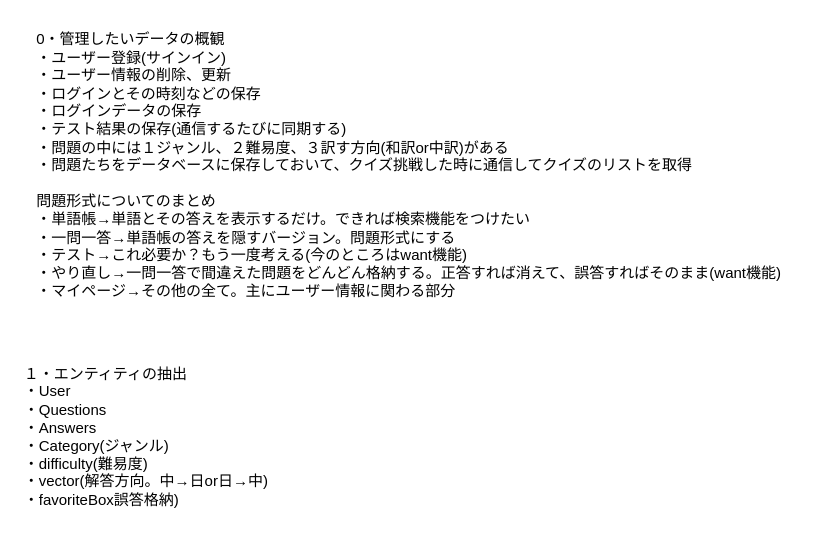
Earlier version of the draw.io diagram chinese_study_application_er.drawio (tomokio123/chinese-study-application). Source tidied: cells renumbered, new cells numbered last; positions are measured from the earlier drawing's top-left corner, leaving out a move shared by most shapes. Both pictures are drawn from the tidied source at 125%, with x=0, y=0 at pixel (21, 86).
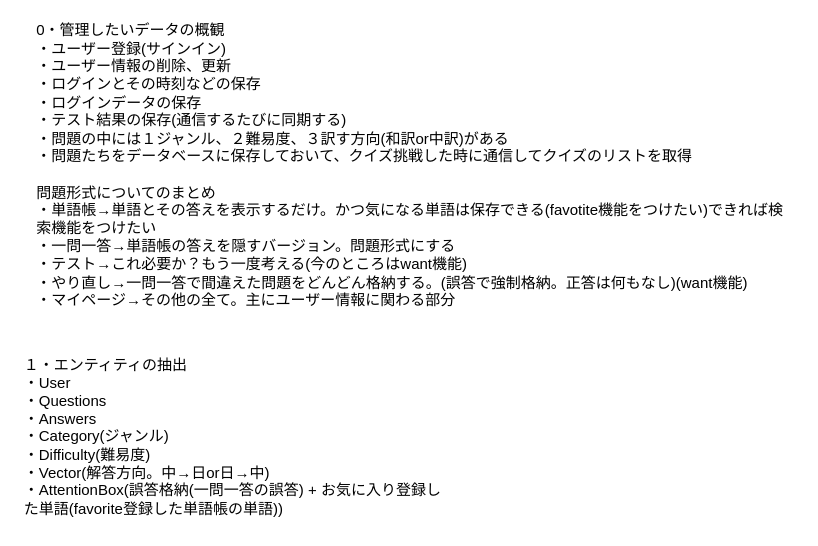
The same diagram, later.

Commit message (it also covers changes not shown here):
chinese_study_application_er.drawio を更新します

Change to the diagram source:
```diff
@@
 <mxGraphModel>
   <root>
     <mxCell id="0" />
     <mxCell id="1" parent="0" />
-    <mxCell id="2" value="&lt;div style=&quot;&quot;&gt;&lt;span style=&quot;background-color: initial;&quot;&gt;１・エンティティの抽出&lt;/span&gt;&lt;/div&gt;&lt;div style=&quot;&quot;&gt;&lt;span style=&quot;background-color: initial;&quot;&gt;・User&lt;/span&gt;&lt;/div&gt;&lt;div style=&quot;&quot;&gt;&lt;span style=&quot;background-color: initial;&quot;&gt;・Questions&lt;/span&gt;&lt;/div&gt;&lt;div style=&quot;&quot;&gt;&lt;span style=&quot;background-color: initial;&quot;&gt;・Answers&lt;/span&gt;&lt;/div&gt;&lt;div style=&quot;&quot;&gt;・Category(ジャンル)&lt;/div&gt;&lt;div style=&quot;&quot;&gt;・difficulty(難易度)&lt;/div&gt;&lt;div style=&quot;&quot;&gt;・vector(解答方向。中→日or日→中)&lt;/div&gt;&lt;div style=&quot;&quot;&gt;・favoriteBox誤答格納)&lt;/div&gt;" style="text;strokeColor=none;align=left;fillColor=none;html=1;verticalAlign=middle;whiteSpace=wrap;rounded=0;" parent="1" vertex="1">
-      <mxGeometry y="210" width="280" height="140" as="geometry" />
+    <mxCell id="2" value="&lt;div style=&quot;&quot;&gt;&lt;span style=&quot;background-color: initial;&quot;&gt;１・エンティティの抽出&lt;/span&gt;&lt;/div&gt;&lt;div style=&quot;&quot;&gt;&lt;span style=&quot;background-color: initial;&quot;&gt;・User&lt;/span&gt;&lt;/div&gt;&lt;div style=&quot;&quot;&gt;&lt;span style=&quot;background-color: initial;&quot;&gt;・Questions&lt;/span&gt;&lt;/div&gt;&lt;div style=&quot;&quot;&gt;&lt;span style=&quot;background-color: initial;&quot;&gt;・Answers&lt;/span&gt;&lt;/div&gt;&lt;div style=&quot;&quot;&gt;・Category(ジャンル)&lt;/div&gt;&lt;div style=&quot;&quot;&gt;・Difficulty(難易度)&lt;/div&gt;&lt;div style=&quot;&quot;&gt;・Vector(解答方向。中→日or日→中)&lt;/div&gt;&lt;div style=&quot;&quot;&gt;・AttentionBox(誤答格納(一問一答の誤答) + お気に入り登録した単語(favorite登録した単語帳の単語))&lt;/div&gt;" style="text;strokeColor=none;align=left;fillColor=none;html=1;verticalAlign=middle;whiteSpace=wrap;rounded=0;" parent="1" vertex="1">
+      <mxGeometry y="210" width="340" height="140" as="geometry" />
     </mxCell>
-    <mxCell id="3" value="&lt;div style=&quot;&quot;&gt;&lt;span style=&quot;background-color: initial;&quot;&gt;0・管理したいデータの概観&lt;/span&gt;&lt;/div&gt;&lt;div style=&quot;&quot;&gt;&lt;span style=&quot;background-color: initial;&quot;&gt;・ユーザー登録(サインイン)&lt;/span&gt;&lt;/div&gt;&lt;div style=&quot;&quot;&gt;・ユーザー情報の削除、更新&lt;/div&gt;&lt;div style=&quot;&quot;&gt;&lt;span style=&quot;background-color: initial;&quot;&gt;・ログインとその時刻などの保存&lt;/span&gt;&lt;/div&gt;&lt;div style=&quot;&quot;&gt;・ログインデータの保存&lt;span style=&quot;background-color: initial;&quot;&gt;&lt;br&gt;&lt;/span&gt;&lt;/div&gt;&lt;div style=&quot;&quot;&gt;&lt;span style=&quot;background-color: initial;&quot;&gt;・テスト結果の保存(通信するたびに同期する)&lt;/span&gt;&lt;/div&gt;&lt;div style=&quot;&quot;&gt;&lt;div style=&quot;border-color: var(--border-color);&quot;&gt;・問題の中には１ジャンル、２難易度、３訳す方向(和訳or中訳)がある&lt;/div&gt;&lt;div style=&quot;border-color: var(--border-color);&quot;&gt;・問題たちをデータベースに保存しておいて、クイズ挑戦した時に通信してクイズのリストを取得&lt;/div&gt;&lt;/div&gt;&lt;div style=&quot;&quot;&gt;&lt;span style=&quot;background-color: initial;&quot;&gt;&lt;br&gt;&lt;/span&gt;&lt;/div&gt;&lt;div style=&quot;&quot;&gt;問題形式についてのまとめ&lt;/div&gt;&lt;div style=&quot;&quot;&gt;&lt;span style=&quot;background-color: initial;&quot;&gt;・単語帳→単語とその答えを表示するだけ。できれば検索機能をつけたい&lt;/span&gt;&lt;/div&gt;&lt;div style=&quot;&quot;&gt;&lt;span style=&quot;background-color: initial;&quot;&gt;・一問一答→単語帳の答えを隠すバージョン。問題形式にする&lt;/span&gt;&lt;/div&gt;&lt;div style=&quot;&quot;&gt;&lt;span style=&quot;background-color: initial;&quot;&gt;・テスト→これ必要か？もう一度考える(今のところはwant機能)&lt;/span&gt;&lt;/div&gt;&lt;div style=&quot;&quot;&gt;&lt;span style=&quot;background-color: initial;&quot;&gt;・やり直し→一問一答で間違えた問題をどんどん格納する。正答すれば消えて、誤答すればそのまま(want機能)&lt;/span&gt;&lt;/div&gt;&lt;div style=&quot;&quot;&gt;&lt;span style=&quot;background-color: initial;&quot;&gt;・マイページ→その他の全て。主にユーザー情報に関わる部分&lt;/span&gt;&lt;/div&gt;&lt;div style=&quot;&quot;&gt;&lt;br&gt;&lt;/div&gt;" style="text;strokeColor=none;align=left;fillColor=none;html=1;verticalAlign=middle;whiteSpace=wrap;rounded=0;" parent="1" vertex="1">
+    <mxCell id="3" value="&lt;div style=&quot;&quot;&gt;&lt;span style=&quot;background-color: initial;&quot;&gt;0・管理したいデータの概観&lt;/span&gt;&lt;/div&gt;&lt;div style=&quot;&quot;&gt;&lt;span style=&quot;background-color: initial;&quot;&gt;・ユーザー登録(サインイン)&lt;/span&gt;&lt;/div&gt;&lt;div style=&quot;&quot;&gt;・ユーザー情報の削除、更新&lt;/div&gt;&lt;div style=&quot;&quot;&gt;&lt;span style=&quot;background-color: initial;&quot;&gt;・ログインとその時刻などの保存&lt;/span&gt;&lt;/div&gt;&lt;div style=&quot;&quot;&gt;・ログインデータの保存&lt;span style=&quot;background-color: initial;&quot;&gt;&lt;br&gt;&lt;/span&gt;&lt;/div&gt;&lt;div style=&quot;&quot;&gt;&lt;span style=&quot;background-color: initial;&quot;&gt;・テスト結果の保存(通信するたびに同期する)&lt;/span&gt;&lt;/div&gt;&lt;div style=&quot;&quot;&gt;&lt;div style=&quot;border-color: var(--border-color);&quot;&gt;・問題の中には１ジャンル、２難易度、３訳す方向(和訳or中訳)がある&lt;/div&gt;&lt;div style=&quot;border-color: var(--border-color);&quot;&gt;・問題たちをデータベースに保存しておいて、クイズ挑戦した時に通信してクイズのリストを取得&lt;/div&gt;&lt;/div&gt;&lt;div style=&quot;&quot;&gt;&lt;span style=&quot;background-color: initial;&quot;&gt;&lt;br&gt;&lt;/span&gt;&lt;/div&gt;&lt;div style=&quot;&quot;&gt;問題形式についてのまとめ&lt;/div&gt;&lt;div style=&quot;&quot;&gt;&lt;span style=&quot;background-color: initial;&quot;&gt;・単語帳→単語とその答えを表示するだけ。かつ気になる単語は保存できる(favotite機能をつけたい)できれば検索機能をつけたい&lt;/span&gt;&lt;/div&gt;&lt;div style=&quot;&quot;&gt;&lt;span style=&quot;background-color: initial;&quot;&gt;・一問一答→単語帳の答えを隠すバージョン。問題形式にする&lt;/span&gt;&lt;/div&gt;&lt;div style=&quot;&quot;&gt;&lt;span style=&quot;background-color: initial;&quot;&gt;・テスト→これ必要か？もう一度考える(今のところはwant機能)&lt;/span&gt;&lt;/div&gt;&lt;div style=&quot;&quot;&gt;&lt;span style=&quot;background-color: initial;&quot;&gt;・やり直し→一問一答で間違えた問題をどんどん格納する。(誤答で強制格納。正答は何もなし)(want機能)&lt;/span&gt;&lt;/div&gt;&lt;div style=&quot;&quot;&gt;&lt;span style=&quot;background-color: initial;&quot;&gt;・マイページ→その他の全て。主にユーザー情報に関わる部分&lt;/span&gt;&lt;/div&gt;&lt;div style=&quot;&quot;&gt;&lt;br&gt;&lt;/div&gt;" style="text;strokeColor=none;align=left;fillColor=none;html=1;verticalAlign=middle;whiteSpace=wrap;rounded=0;" parent="1" vertex="1">
       <mxGeometry x="10" width="610" height="140" as="geometry" />
     </mxCell>
   </root>
 </mxGraphModel>
```
